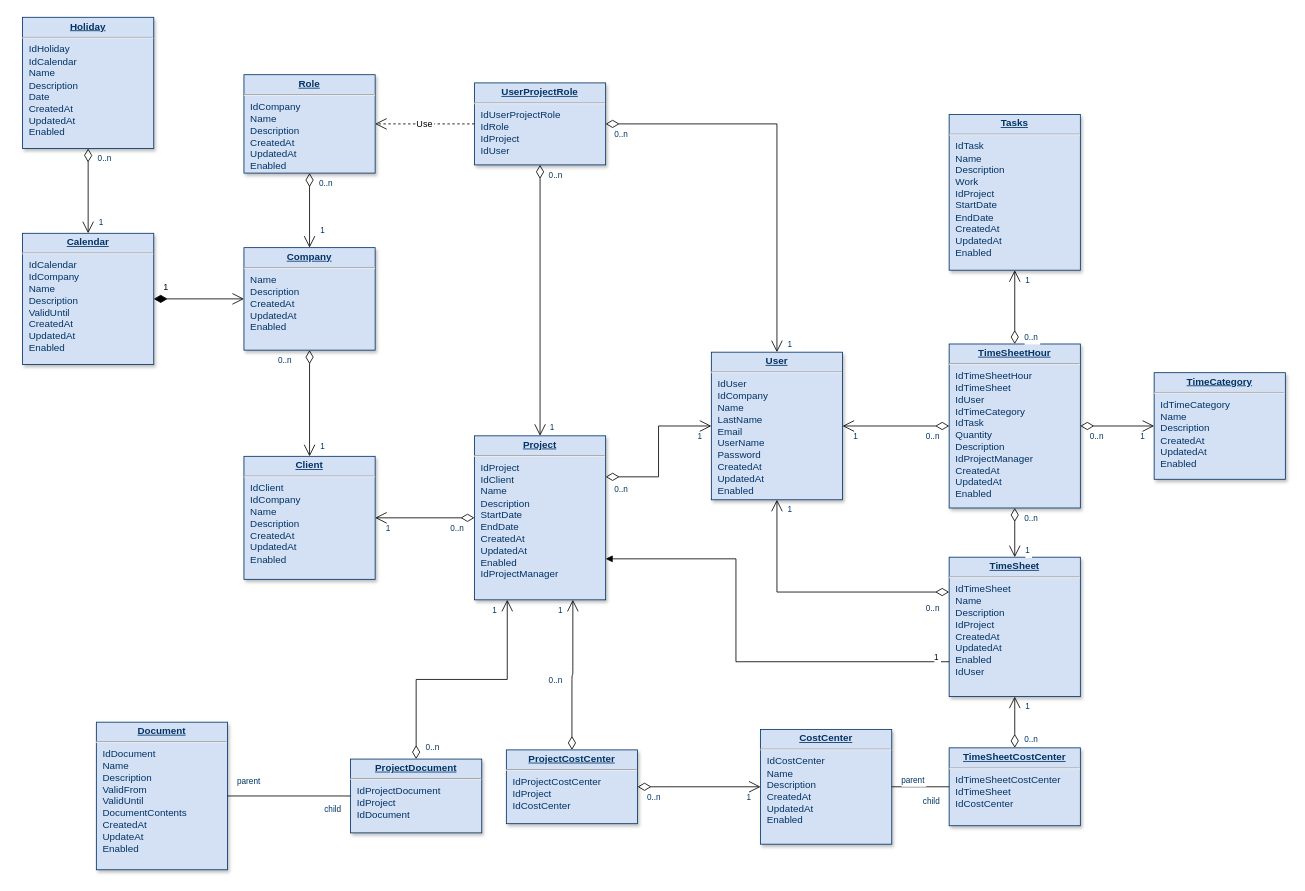
Before: Untitled Diagram.drawio in malburo/database-diagram, a draw.io diagram. Source tidied: cells renumbered, new cells numbered last; positions are measured from the earlier drawing's top-left corner, leaving out a move shared by most shapes. Both pictures are drawn from the tidied source at 82%, with x=0, y=0 at pixel (22, 17).
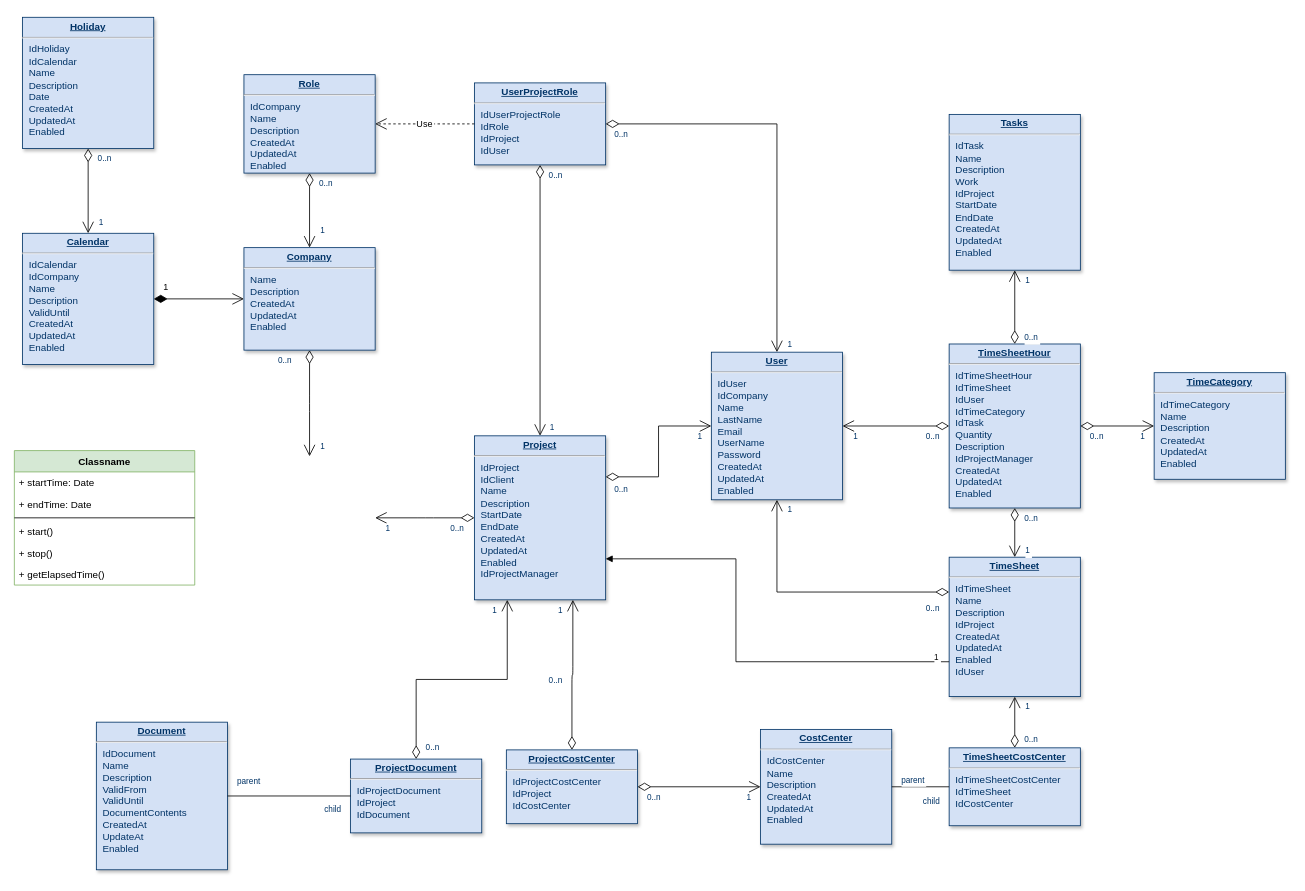
Above is the later version.

The change refers to these unchanged cells:
```xml
<mxCell id="3" value="&lt;p style=&quot;margin: 0px; margin-top: 4px; text-align: center; text-decoration: underline;&quot;&gt;&lt;strong&gt;Company&lt;/strong&gt;&lt;/p&gt;&lt;hr /&gt;&lt;p style=&quot;margin: 0px; margin-left: 8px;&quot;&gt;Name&lt;/p&gt;&lt;p style=&quot;margin: 0px; margin-left: 8px;&quot;&gt;Description&lt;/p&gt;&lt;p style=&quot;margin: 0px; margin-left: 8px;&quot;&gt;CreatedAt&lt;/p&gt;&lt;p style=&quot;margin: 0px; margin-left: 8px;&quot;&gt;UpdatedAt&lt;/p&gt;&lt;p style=&quot;margin: 0px; margin-left: 8px;&quot;&gt;Enabled&lt;/p&gt;" style="verticalAlign=top;align=left;overflow=fill;fontSize=12;fontFamily=Helvetica;html=1;strokeColor=#003366;shadow=1;fillColor=#D4E1F5;fontColor=#003366;" parent="1" vertex="1">
  <mxGeometry x="270" y="280.5" width="160" height="125" as="geometry" />
</mxCell>
<mxCell id="12" value="&lt;p style=&quot;margin: 0px; margin-top: 4px; text-align: center; text-decoration: underline;&quot;&gt;&lt;strong&gt;Project&lt;/strong&gt;&lt;/p&gt;&lt;hr /&gt;&lt;p style=&quot;margin: 0px; margin-left: 8px;&quot;&gt;IdProject&lt;/p&gt;&lt;p style=&quot;margin: 0px; margin-left: 8px;&quot;&gt;IdClient&lt;/p&gt;&lt;p style=&quot;margin: 0px; margin-left: 8px;&quot;&gt;Name&lt;/p&gt;&lt;p style=&quot;margin: 0px; margin-left: 8px;&quot;&gt;Description&lt;/p&gt;&lt;p style=&quot;margin: 0px; margin-left: 8px;&quot;&gt;StartDate&lt;/p&gt;&lt;p style=&quot;margin: 0px; margin-left: 8px;&quot;&gt;EndDate&lt;/p&gt;&lt;p style=&quot;margin: 0px; margin-left: 8px;&quot;&gt;CreatedAt&lt;/p&gt;&lt;p style=&quot;margin: 0px; margin-left: 8px;&quot;&gt;UpdatedAt&lt;/p&gt;&lt;p style=&quot;margin: 0px; margin-left: 8px;&quot;&gt;Enabled&lt;br /&gt;IdProjectManager&lt;/p&gt;" style="verticalAlign=top;align=left;overflow=fill;fontSize=12;fontFamily=Helvetica;html=1;strokeColor=#003366;shadow=1;fillColor=#D4E1F5;fontColor=#003366;" parent="1" vertex="1">
  <mxGeometry x="551.1" y="510" width="160" height="200" as="geometry" />
</mxCell>
```

What changed in the source:
```diff
@@
-    <mxCell id="7" value="&lt;p style=&quot;margin: 0px; margin-top: 4px; text-align: center; text-decoration: underline;&quot;&gt;&lt;strong&gt;Client&lt;/strong&gt;&lt;/p&gt;&lt;hr /&gt;&lt;p style=&quot;margin: 0px; margin-left: 8px;&quot;&gt;IdClient&lt;/p&gt;&lt;p style=&quot;margin: 0px; margin-left: 8px;&quot;&gt;IdCompany&lt;/p&gt;&lt;p style=&quot;margin: 0px; margin-left: 8px;&quot;&gt;Name&lt;/p&gt;&lt;p style=&quot;margin: 0px; margin-left: 8px;&quot;&gt;Description&lt;/p&gt;&lt;p style=&quot;margin: 0px; margin-left: 8px;&quot;&gt;CreatedAt&lt;/p&gt;&lt;p style=&quot;margin: 0px; margin-left: 8px;&quot;&gt;UpdatedAt&lt;/p&gt;&lt;p style=&quot;margin: 0px; margin-left: 8px;&quot;&gt;Enabled&lt;/p&gt;" style="verticalAlign=top;align=left;overflow=fill;fontSize=12;fontFamily=Helvetica;html=1;strokeColor=#003366;shadow=1;fillColor=#D4E1F5;fontColor=#003366;" parent="1" vertex="1">
-      <mxGeometry x="270" y="535" width="160" height="150" as="geometry" />
-    </mxCell>
@@
-    <mxCell id="58" style="endArrow=open;endSize=12;startArrow=diamondThin;startSize=14;startFill=0;edgeStyle=orthogonalEdgeStyle;" parent="1" edge="1" source="3" target="7">
-      <mxGeometry x="519.4" y="200" as="geometry" />
+    <mxCell id="58" style="endArrow=open;endSize=12;startArrow=diamondThin;startSize=14;startFill=0;edgeStyle=orthogonalEdgeStyle;" parent="1" edge="1" source="3">
+      <mxGeometry x="519.4" y="200" as="geometry">
+        <mxPoint x="350" y="535" as="targetPoint" />
+      </mxGeometry>
     </mxCell>
@@
-    <mxCell id="64" style="endArrow=open;endSize=12;startArrow=diamondThin;startSize=14;startFill=0;edgeStyle=orthogonalEdgeStyle;" parent="1" edge="1" source="12" target="7">
-      <mxGeometry x="369.4" y="360" as="geometry" />
+    <mxCell id="64" style="endArrow=open;endSize=12;startArrow=diamondThin;startSize=14;startFill=0;edgeStyle=orthogonalEdgeStyle;" parent="1" edge="1" source="12">
+      <mxGeometry x="369.4" y="360" as="geometry">
+        <mxPoint x="430" y="610" as="targetPoint" />
+      </mxGeometry>
     </mxCell>
@@
+    <mxCell id="77" value="Classname" style="swimlane;fontStyle=1;align=center;verticalAlign=top;horizontal=1;startSize=26;fillColor=#d5e8d4;strokeColor=#82b366;" parent="1" vertex="1">
+      <mxGeometry x="-10" y="528" width="220" height="164" as="geometry" />
+    </mxCell>
+    <mxCell id="78" value="+ startTime: Date&#10;" style="text;strokeColor=none;fillColor=none;align=left;verticalAlign=top;spacingLeft=4;spacingRight=4;overflow=hidden;" parent="77" vertex="1">
+      <mxGeometry y="26" width="220" height="26" as="geometry" />
+    </mxCell>
+    <mxCell id="79" value="+ endTime: Date&#10;" style="text;strokeColor=none;fillColor=none;align=left;verticalAlign=top;spacingLeft=4;spacingRight=4;overflow=hidden;" parent="77" vertex="1">
+      <mxGeometry y="52" width="220" height="26" as="geometry" />
+    </mxCell>
+    <mxCell id="80" style="line;strokeWidth=1;fillColor=none;align=left;verticalAlign=middle;spacingTop=-1;spacingLeft=3;spacingRight=3;labelPosition=right;" parent="77" vertex="1">
+      <mxGeometry y="78" width="220" height="8" as="geometry" />
+    </mxCell>
+    <mxCell id="81" value="+ start()" style="text;strokeColor=none;fillColor=none;align=left;verticalAlign=top;spacingLeft=4;spacingRight=4;overflow=hidden;" parent="77" vertex="1">
+      <mxGeometry y="86" width="220" height="26" as="geometry" />
+    </mxCell>
+    <mxCell id="82" value="+ stop()" style="text;strokeColor=none;fillColor=none;align=left;verticalAlign=top;spacingLeft=4;spacingRight=4;overflow=hidden;" parent="77" vertex="1">
+      <mxGeometry y="112" width="220" height="26" as="geometry" />
+    </mxCell>
+    <mxCell id="83" value="+ getElapsedTime()" style="text;strokeColor=none;fillColor=none;align=left;verticalAlign=top;spacingLeft=4;spacingRight=4;overflow=hidden;" parent="77" vertex="1">
+      <mxGeometry y="138" width="220" height="26" as="geometry" />
+    </mxCell>
```
